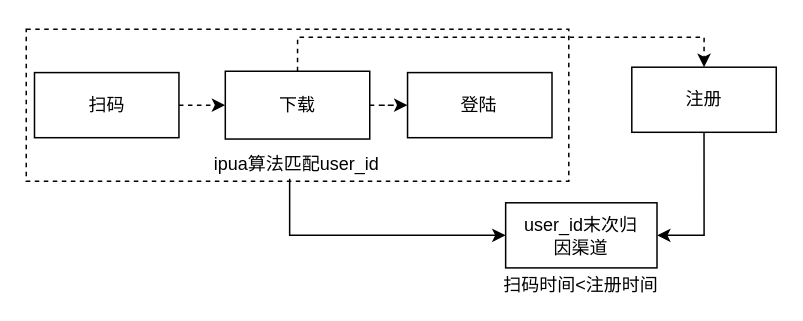
mineminemine123/work-wiki keeps this draw.io diagram as mt渠道.drawio. Above is the earlier version. Source tidied: cells renumbered, new cells numbered last; positions are measured from the earlier drawing's top-left corner, leaving out a move shared by most shapes. Both pictures are drawn from the tidied source at 150%, with x=0, y=0 at pixel (26, 28).
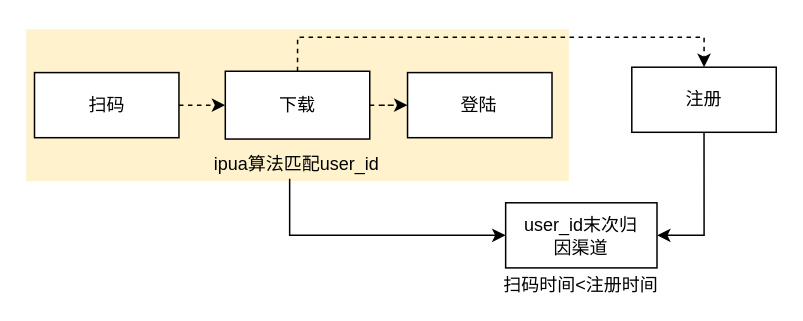
Above is the later version.

What changed in the source:
```diff
@@
 <mxGraphModel>
   <root>
     <mxCell id="0" />
     <mxCell id="1" parent="0" />
     <mxCell id="2" style="group;" parent="1" vertex="1">
       <mxGeometry width="500" height="170" as="geometry" />
     </mxCell>
     <mxCell id="3" value="扫码时间&amp;lt;注册时间" style="text;html=1;strokeColor=none;fillColor=none;align=center;verticalAlign=middle;whiteSpace=wrap;rounded=0;dashed=1;fontSize=12;" parent="2" vertex="1">
       <mxGeometry x="288.2" y="170" width="163.8" as="geometry" />
     </mxCell>
-    <mxCell id="4" style="rounded=0;whiteSpace=wrap;html=1;dashed=1;fontSize=14;" parent="2" vertex="1">
+    <mxCell id="4" style="rounded=0;whiteSpace=wrap;html=1;dashed=1;fontSize=14;fillColor=#fff2cc;strokeColor=none;" parent="2" vertex="1">
       <mxGeometry width="361.7" height="101.3" as="geometry" />
     </mxCell>
     <mxCell id="5" value="登陆" style="rounded=0;whiteSpace=wrap;html=1;" parent="2" vertex="1">
       <mxGeometry x="254.2" y="28.9" width="96.3" height="43.4" as="geometry" />
     </mxCell>
     <mxCell id="6" style="edgeStyle=orthogonalEdgeStyle;rounded=0;jettySize=auto;html=1;entryX=0;entryY=0.5;entryDx=0;entryDy=0;fontSize=14;dashed=1;" parent="2" edge="1" source="7" target="5">
       <mxGeometry relative="1" as="geometry" />
     </mxCell>
     <mxCell id="7" value="下载" style="rounded=0;whiteSpace=wrap;html=1;" parent="2" vertex="1">
       <mxGeometry x="132.7" y="28" width="96.3" height="45.2" as="geometry" />
     </mxCell>
     <mxCell id="8" style="edgeStyle=orthogonalEdgeStyle;rounded=0;jettySize=auto;html=1;exitX=1;exitY=0.5;exitDx=0;exitDy=0;entryX=0;entryY=0.5;entryDx=0;entryDy=0;fontSize=14;dashed=1;" parent="2" edge="1" source="9" target="7">
       <mxGeometry relative="1" as="geometry" />
     </mxCell>
     <mxCell id="9" value="扫码" style="rounded=0;whiteSpace=wrap;html=1;" parent="2" vertex="1">
       <mxGeometry x="5.5" y="28.9" width="96.3" height="43.4" as="geometry" />
     </mxCell>
     <mxCell id="10" value="&lt;font style=&quot;font-size: 12px;&quot;&gt;ipua算法匹配user_id&lt;/font&gt;" style="text;html=1;strokeColor=none;fillColor=none;align=center;verticalAlign=middle;whiteSpace=wrap;rounded=0;dashed=1;fontSize=14;" parent="2" vertex="1">
       <mxGeometry x="80.4" y="81.9" width="200.8" height="14.5" as="geometry" />
     </mxCell>
     <mxCell id="11" value="注册" style="rounded=0;whiteSpace=wrap;html=1;" parent="2" vertex="1">
       <mxGeometry x="403.7" y="25.3" width="96.3" height="43.4" as="geometry" />
     </mxCell>
     <mxCell id="12" style="edgeStyle=orthogonalEdgeStyle;rounded=0;jettySize=auto;html=1;exitX=0.5;exitY=0;exitDx=0;exitDy=0;entryX=0.5;entryY=0;entryDx=0;entryDy=0;fontSize=14;dashed=1;" parent="2" edge="1" source="7" target="11">
       <mxGeometry relative="1" as="geometry" />
     </mxCell>
     <mxCell id="13" style="rounded=0;whiteSpace=wrap;html=1;fontSize=14;" parent="2" vertex="1">
       <mxGeometry x="319.6" y="115.7" width="100.9" height="43.4" as="geometry" />
     </mxCell>
     <mxCell id="14" style="edgeStyle=orthogonalEdgeStyle;rounded=0;jettySize=auto;html=1;entryX=0;entryY=0.5;entryDx=0;entryDy=0;fontSize=14;" parent="2" edge="1" target="13">
       <mxGeometry relative="1" as="geometry">
         <mxPoint x="175.6" y="99.7" as="sourcePoint" />
         <Array as="points">
           <mxPoint x="175.6" y="137.8" />
         </Array>
       </mxGeometry>
     </mxCell>
     <mxCell id="15" style="edgeStyle=orthogonalEdgeStyle;rounded=0;jettySize=auto;html=1;exitX=0.5;exitY=1;exitDx=0;exitDy=0;entryX=1;entryY=0.5;entryDx=0;entryDy=0;fontSize=14;" parent="2" edge="1" source="11" target="13">
       <mxGeometry relative="1" as="geometry" />
     </mxCell>
     <mxCell id="16" value="&lt;font style=&quot;font-size: 12px;&quot;&gt;user_id末次归因渠道&lt;/font&gt;" style="text;html=1;strokeColor=none;fillColor=none;align=center;verticalAlign=middle;whiteSpace=wrap;rounded=0;dashed=1;" parent="2" vertex="1">
       <mxGeometry x="328" y="137.4" width="84.1" as="geometry" />
     </mxCell>
   </root>
 </mxGraphModel>
```
